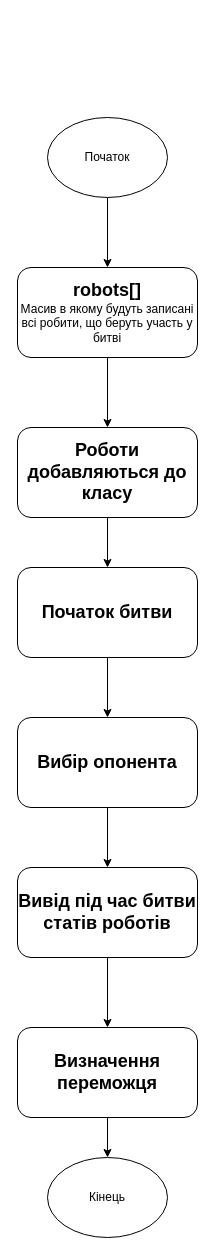
The draw.io diagram Арена.drawio in SombreEm/alpha-2.2.8, before the edit. Source tidied: cells renumbered, new cells numbered last; positions are measured from the earlier drawing's top-left corner, leaving out a move shared by most shapes. Both pictures are drawn from the tidied source at 100%, with x=0, y=0 at pixel (17, 117).
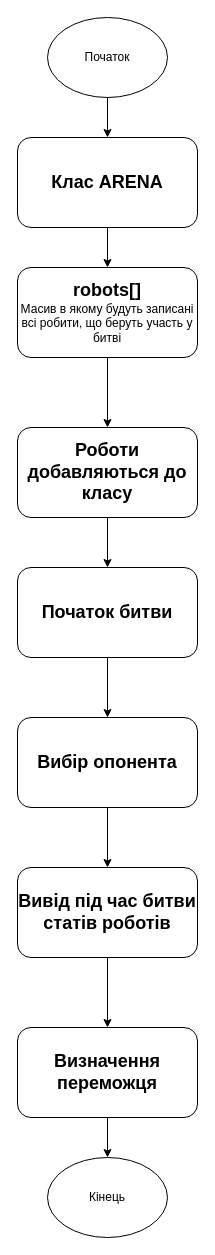
After the change.

What changed in the source:
```diff
@@
 <mxGraphModel>
   <root>
     <mxCell id="0" />
     <mxCell id="1" parent="0" />
-    <mxCell id="2" style="edgeStyle=orthogonalEdgeStyle;rounded=0;jettySize=auto;html=1;" parent="1" edge="1" source="3" target="5">
-      <mxGeometry relative="1" as="geometry" />
-    </mxCell>
+    <mxCell id="17" style="edgeStyle=orthogonalEdgeStyle;rounded=0;jettySize=auto;html=1;exitX=0.5;exitY=1;exitDx=0;exitDy=0;entryX=0.5;entryY=0;entryDx=0;entryDy=0;" parent="1" edge="1" source="3" target="19">
+      <mxGeometry relative="1" as="geometry" />
+    </mxCell>
     <mxCell id="3" value="Початок" style="ellipse;whiteSpace=wrap;html=1;" parent="1" vertex="1">
-      <mxGeometry x="30" width="120" height="80" as="geometry" />
+      <mxGeometry x="30" y="-100" width="120" height="80" as="geometry" />
     </mxCell>
     <mxCell id="4" style="edgeStyle=orthogonalEdgeStyle;rounded=0;jettySize=auto;html=1;exitX=0.5;exitY=1;exitDx=0;exitDy=0;entryX=0.5;entryY=0;entryDx=0;entryDy=0;" parent="1" edge="1" source="5" target="9">
       <mxGeometry relative="1" as="geometry" />
     </mxCell>
     <mxCell id="5" value="&lt;b&gt;&lt;font style=&quot;font-size: 18px;&quot;&gt;robots[]&lt;/font&gt;&lt;/b&gt;&lt;br&gt;Масив в якому будуть записані всі робити, що беруть участь у битві" style="rounded=1;whiteSpace=wrap;html=1;" parent="1" vertex="1">
       <mxGeometry y="150" width="180" height="90" as="geometry" />
     </mxCell>
     <mxCell id="6" style="edgeStyle=orthogonalEdgeStyle;rounded=0;jettySize=auto;html=1;entryX=0.5;entryY=0;entryDx=0;entryDy=0;" parent="1" edge="1" source="7" target="11">
       <mxGeometry relative="1" as="geometry" />
     </mxCell>
     <mxCell id="7" value="&lt;span style=&quot;font-size: 18px;&quot;&gt;&lt;b&gt;Початок битви&lt;/b&gt;&lt;/span&gt;" style="rounded=1;whiteSpace=wrap;html=1;" parent="1" vertex="1">
       <mxGeometry y="450" width="180" height="90" as="geometry" />
     </mxCell>
     <mxCell id="8" style="edgeStyle=orthogonalEdgeStyle;rounded=0;jettySize=auto;html=1;exitX=0.5;exitY=1;exitDx=0;exitDy=0;entryX=0.5;entryY=0;entryDx=0;entryDy=0;" parent="1" edge="1" source="9" target="7">
       <mxGeometry relative="1" as="geometry" />
     </mxCell>
     <mxCell id="9" value="&lt;span style=&quot;font-size: 18px;&quot;&gt;&lt;b&gt;Роботи добавляються до класу&lt;/b&gt;&lt;/span&gt;" style="rounded=1;whiteSpace=wrap;html=1;" parent="1" vertex="1">
       <mxGeometry y="310" width="180" height="90" as="geometry" />
     </mxCell>
     <mxCell id="10" style="edgeStyle=orthogonalEdgeStyle;rounded=0;jettySize=auto;html=1;exitX=0.5;exitY=1;exitDx=0;exitDy=0;entryX=0.5;entryY=0;entryDx=0;entryDy=0;" parent="1" edge="1" source="11" target="13">
       <mxGeometry relative="1" as="geometry" />
     </mxCell>
     <mxCell id="11" value="&lt;span style=&quot;font-size: 18px;&quot;&gt;&lt;b&gt;Вибір опонента&lt;/b&gt;&lt;/span&gt;" style="rounded=1;whiteSpace=wrap;html=1;" parent="1" vertex="1">
       <mxGeometry y="600" width="180" height="90" as="geometry" />
     </mxCell>
     <mxCell id="12" style="edgeStyle=orthogonalEdgeStyle;rounded=0;jettySize=auto;html=1;entryX=0.5;entryY=0;entryDx=0;entryDy=0;" parent="1" edge="1" source="13" target="15">
       <mxGeometry relative="1" as="geometry" />
     </mxCell>
     <mxCell id="13" value="&lt;span style=&quot;font-size: 18px;&quot;&gt;&lt;b&gt;Вивід під час битви статів роботів&lt;/b&gt;&lt;/span&gt;" style="rounded=1;whiteSpace=wrap;html=1;" parent="1" vertex="1">
       <mxGeometry y="750" width="180" height="90" as="geometry" />
     </mxCell>
     <mxCell id="14" style="edgeStyle=orthogonalEdgeStyle;rounded=0;jettySize=auto;html=1;exitX=0.5;exitY=1;exitDx=0;exitDy=0;" parent="1" edge="1" source="15" target="16">
       <mxGeometry relative="1" as="geometry" />
     </mxCell>
     <mxCell id="15" value="&lt;span style=&quot;font-size: 18px;&quot;&gt;&lt;b&gt;Визначення переможця&lt;/b&gt;&lt;/span&gt;" style="rounded=1;whiteSpace=wrap;html=1;" parent="1" vertex="1">
       <mxGeometry y="910" width="180" height="90" as="geometry" />
     </mxCell>
     <mxCell id="16" value="Кінець" style="ellipse;whiteSpace=wrap;html=1;" parent="1" vertex="1">
       <mxGeometry x="30" y="1040" width="120" height="80" as="geometry" />
     </mxCell>
+    <mxCell id="18" style="edgeStyle=orthogonalEdgeStyle;rounded=0;jettySize=auto;html=1;exitX=0.5;exitY=1;exitDx=0;exitDy=0;entryX=0.5;entryY=0;entryDx=0;entryDy=0;" parent="1" edge="1" source="19" target="5">
+      <mxGeometry relative="1" as="geometry" />
+    </mxCell>
+    <mxCell id="19" value="&lt;span style=&quot;font-size: 18px;&quot;&gt;&lt;b&gt;Клас ARENA&lt;/b&gt;&lt;/span&gt;" style="rounded=1;whiteSpace=wrap;html=1;" parent="1" vertex="1">
+      <mxGeometry y="20" width="180" height="90" as="geometry" />
+    </mxCell>
   </root>
 </mxGraphModel>
```
